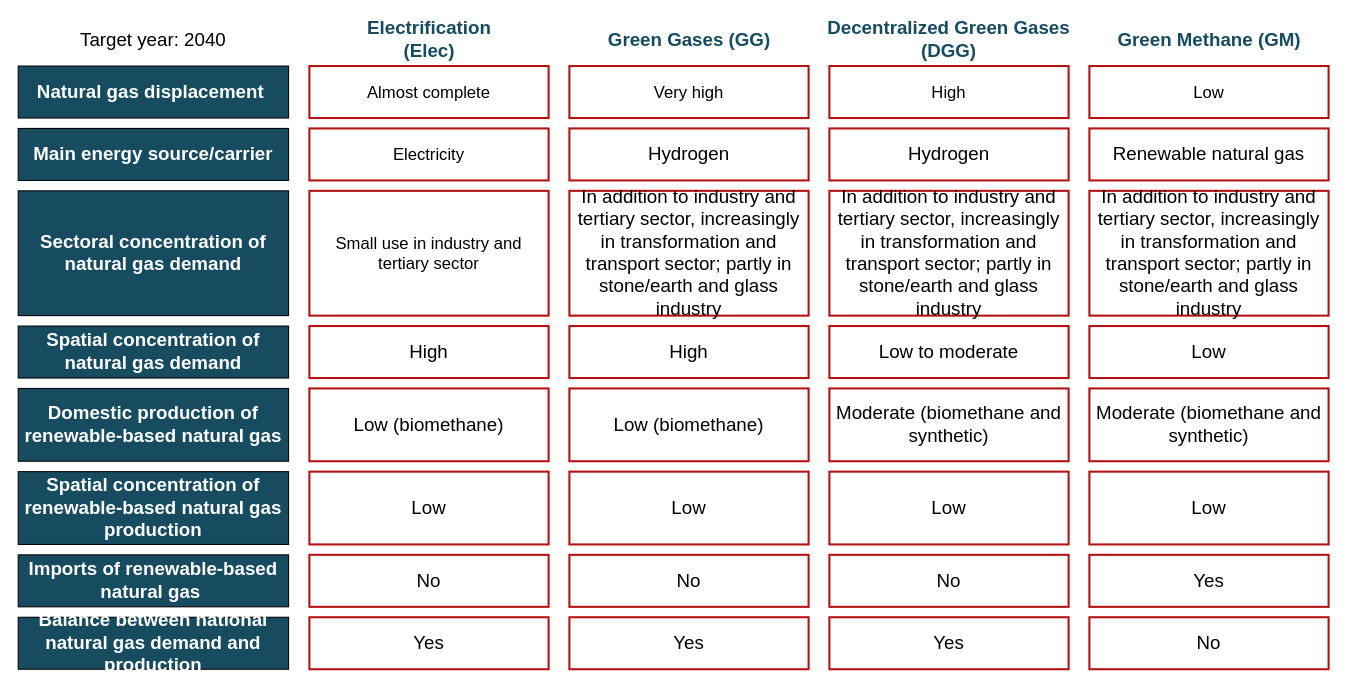
sebastianzwickl/modeling-national-gas-grid keeps this draw.io diagram as manuscript/figures/method/scenario_narrative.drawio. Above is the earlier version. Source tidied: cells renumbered, new cells numbered last; positions are measured from the earlier drawing's top-left corner, leaving out a move shared by most shapes. Both pictures are drawn from the tidied source at 104%, with x=0, y=0 at pixel (18, 24).
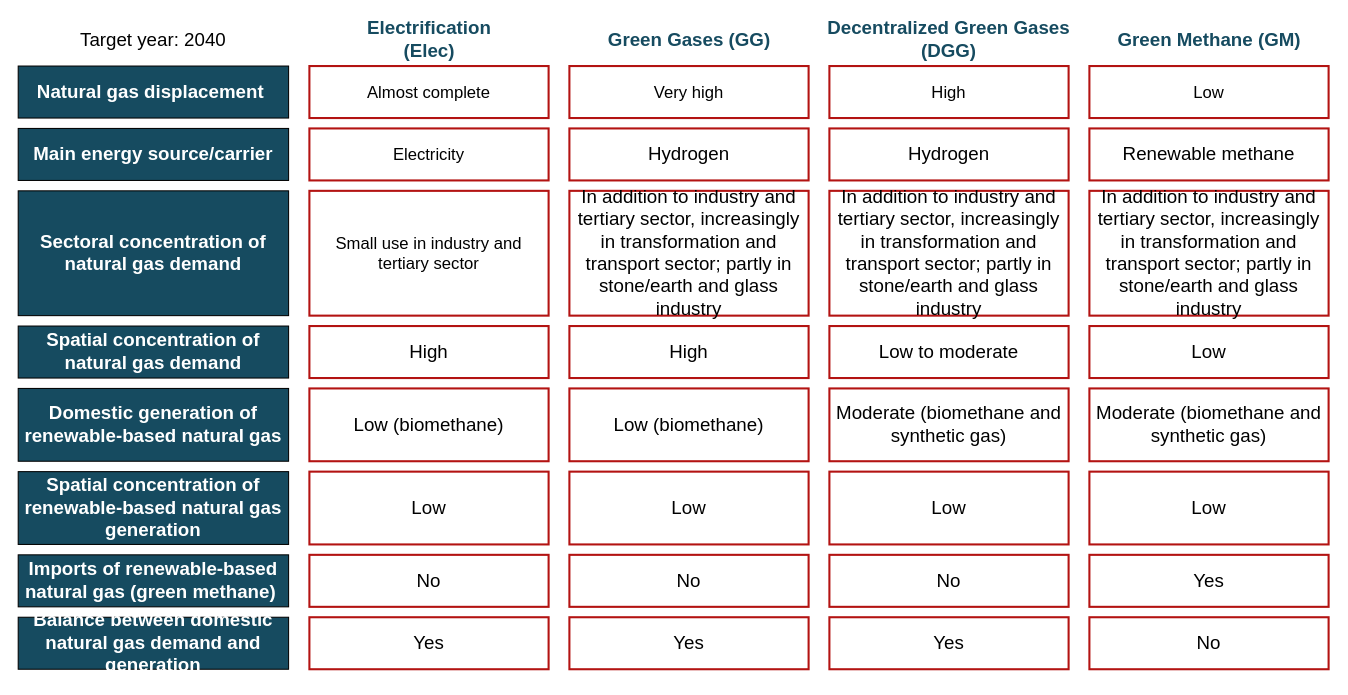
The same diagram, later.

Change to the diagram source:
```diff
@@
-    <mxCell id="6" value="&lt;font face=&quot;Segoe UI Light&quot; style=&quot;font-size: 18px&quot;&gt;Renewable natural gas&lt;/font&gt;" style="rounded=0;whiteSpace=wrap;html=1;strokeColor=#B31312;strokeWidth=2;" parent="1" vertex="1">
+    <mxCell id="6" value="&lt;font face=&quot;Segoe UI Light&quot; style=&quot;font-size: 18px&quot;&gt;Renewable methane&lt;/font&gt;" style="rounded=0;whiteSpace=wrap;html=1;strokeColor=#B31312;strokeWidth=2;" parent="1" vertex="1">
       <mxGeometry x="1030" y="100" width="230" height="50" as="geometry" />
     </mxCell>
@@
-    <mxCell id="17" value="&lt;font face=&quot;Segoe UI Light&quot;&gt;&lt;span style=&quot;font-size: 18px&quot;&gt;Spatial concentration of natural gas demand&lt;/span&gt;&lt;/font&gt;" style="rounded=0;whiteSpace=wrap;html=1;fillColor=#164B60;fontColor=#FFFFFF;fontStyle=1;" parent="1" vertex="1">
+    <mxCell id="17" value="&lt;font face=&quot;Segoe UI Light&quot;&gt;&lt;span style=&quot;font-size: 18px&quot;&gt;Spatial concentration of &lt;br&gt;natural gas demand&lt;/span&gt;&lt;/font&gt;" style="rounded=0;whiteSpace=wrap;html=1;fillColor=#164B60;fontColor=#FFFFFF;fontStyle=1;" parent="1" vertex="1">
       <mxGeometry y="290" width="260" height="50" as="geometry" />
     </mxCell>
-    <mxCell id="18" value="&lt;font face=&quot;Segoe UI Light&quot;&gt;&lt;span style=&quot;font-size: 18px&quot;&gt;Sectoral concentration of natural gas demand&lt;/span&gt;&lt;/font&gt;" style="rounded=0;whiteSpace=wrap;html=1;fillColor=#164B60;fontColor=#FFFFFF;fontStyle=1;" parent="1" vertex="1">
+    <mxCell id="18" value="&lt;font face=&quot;Segoe UI Light&quot;&gt;&lt;span style=&quot;font-size: 18px&quot;&gt;Sectoral concentration of &lt;br&gt;natural gas demand&lt;/span&gt;&lt;/font&gt;" style="rounded=0;whiteSpace=wrap;html=1;fillColor=#164B60;fontColor=#FFFFFF;fontStyle=1;" parent="1" vertex="1">
       <mxGeometry y="160" width="260" height="120" as="geometry" />
     </mxCell>
-    <mxCell id="19" value="&lt;font face=&quot;Segoe UI Light&quot;&gt;&lt;span style=&quot;font-size: 18px&quot;&gt;Domestic production of renewable-based natural gas&lt;/span&gt;&lt;/font&gt;" style="rounded=0;whiteSpace=wrap;html=1;fillColor=#164B60;fontColor=#FFFFFF;fontStyle=1;" parent="1" vertex="1">
+    <mxCell id="19" value="&lt;font face=&quot;Segoe UI Light&quot;&gt;&lt;span style=&quot;font-size: 18px&quot;&gt;Domestic generation of renewable-based natural gas&lt;/span&gt;&lt;/font&gt;" style="rounded=0;whiteSpace=wrap;html=1;fillColor=#164B60;fontColor=#FFFFFF;fontStyle=1;" parent="1" vertex="1">
       <mxGeometry y="350" width="260" height="70" as="geometry" />
     </mxCell>
-    <mxCell id="20" value="&lt;font face=&quot;Segoe UI Light&quot;&gt;&lt;span style=&quot;font-size: 18px&quot;&gt;Spatial concentration of renewable-based natural gas production&lt;/span&gt;&lt;/font&gt;" style="rounded=0;whiteSpace=wrap;html=1;fillColor=#164B60;fontColor=#FFFFFF;fontStyle=1;" parent="1" vertex="1">
+    <mxCell id="20" value="&lt;font face=&quot;Segoe UI Light&quot;&gt;&lt;span style=&quot;font-size: 18px&quot;&gt;Spatial concentration of renewable-based natural gas generation&lt;/span&gt;&lt;/font&gt;" style="rounded=0;whiteSpace=wrap;html=1;fillColor=#164B60;fontColor=#FFFFFF;fontStyle=1;" parent="1" vertex="1">
       <mxGeometry y="430" width="260" height="70" as="geometry" />
     </mxCell>
-    <mxCell id="21" value="&lt;font face=&quot;Segoe UI Light&quot;&gt;&lt;span style=&quot;font-size: 18px&quot;&gt;Imports of renewable-based natural gas&amp;nbsp;&lt;/span&gt;&lt;/font&gt;" style="rounded=0;whiteSpace=wrap;html=1;fillColor=#164B60;fontColor=#FFFFFF;fontStyle=1;" parent="1" vertex="1">
+    <mxCell id="21" value="&lt;font face=&quot;Segoe UI Light&quot;&gt;&lt;span style=&quot;font-size: 18px&quot;&gt;Imports of renewable-based natural gas (green methane)&amp;nbsp;&lt;/span&gt;&lt;/font&gt;" style="rounded=0;whiteSpace=wrap;html=1;fillColor=#164B60;fontColor=#FFFFFF;fontStyle=1;" parent="1" vertex="1">
       <mxGeometry y="510" width="260" height="50" as="geometry" />
     </mxCell>
-    <mxCell id="22" value="&lt;font face=&quot;Segoe UI Light&quot;&gt;&lt;span style=&quot;font-size: 18px&quot;&gt;Balance between national natural gas demand and production&lt;/span&gt;&lt;/font&gt;" style="rounded=0;whiteSpace=wrap;html=1;fillColor=#164B60;fontColor=#FFFFFF;fontStyle=1;" parent="1" vertex="1">
+    <mxCell id="22" value="&lt;font face=&quot;Segoe UI Light&quot;&gt;&lt;span style=&quot;font-size: 18px&quot;&gt;Balance between domestic natural gas demand and generation&lt;/span&gt;&lt;/font&gt;" style="rounded=0;whiteSpace=wrap;html=1;fillColor=#164B60;fontColor=#FFFFFF;fontStyle=1;" parent="1" vertex="1">
       <mxGeometry y="570" width="260" height="50" as="geometry" />
     </mxCell>
@@
-    <mxCell id="33" value="&lt;font face=&quot;Segoe UI Light&quot;&gt;&lt;span style=&quot;font-size: 18px&quot;&gt;Moderate (biomethane and synthetic)&lt;/span&gt;&lt;/font&gt;" style="rounded=0;whiteSpace=wrap;html=1;strokeColor=#B31312;strokeWidth=2;" parent="1" vertex="1">
+    <mxCell id="33" value="&lt;font face=&quot;Segoe UI Light&quot;&gt;&lt;span style=&quot;font-size: 18px&quot;&gt;Moderate (biomethane and synthetic gas)&lt;/span&gt;&lt;/font&gt;" style="rounded=0;whiteSpace=wrap;html=1;strokeColor=#B31312;strokeWidth=2;" parent="1" vertex="1">
       <mxGeometry x="780" y="350" width="230" height="70" as="geometry" />
     </mxCell>
-    <mxCell id="34" value="&lt;font face=&quot;Segoe UI Light&quot;&gt;&lt;span style=&quot;font-size: 18px&quot;&gt;Moderate (biomethane and synthetic)&lt;/span&gt;&lt;/font&gt;" style="rounded=0;whiteSpace=wrap;html=1;strokeColor=#B31312;strokeWidth=2;" parent="1" vertex="1">
+    <mxCell id="34" value="&lt;font face=&quot;Segoe UI Light&quot;&gt;&lt;span style=&quot;font-size: 18px&quot;&gt;Moderate (biomethane and synthetic gas)&lt;/span&gt;&lt;/font&gt;" style="rounded=0;whiteSpace=wrap;html=1;strokeColor=#B31312;strokeWidth=2;" parent="1" vertex="1">
       <mxGeometry x="1030" y="350" width="230" height="70" as="geometry" />
     </mxCell>
```
